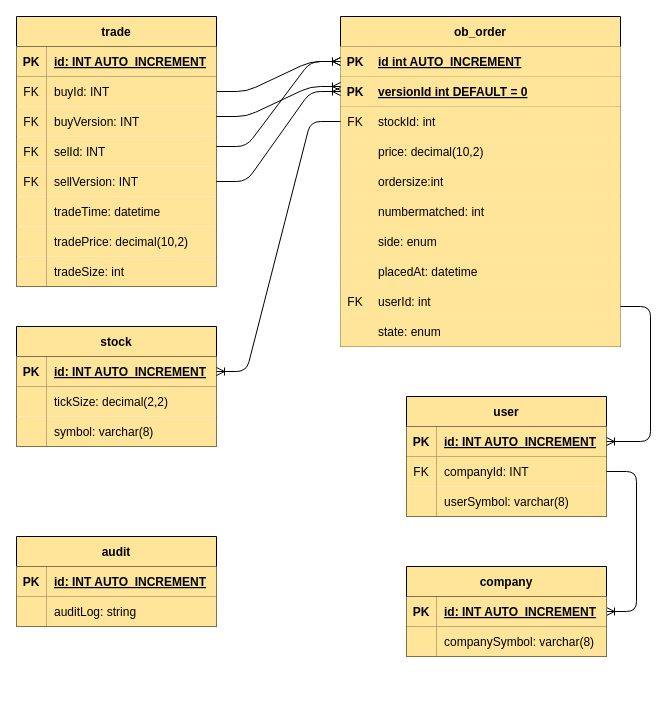
Earlier version of the draw.io diagram page "ERD" (2 of 2) of FlowChart and ERD-.drawio (utku-aydin/orderbook). Source tidied: cells renumbered, new cells numbered last; positions are measured from the earlier drawing's top-left corner, leaving out a move shared by most shapes. Both pictures are drawn from the tidied source at 100%, with x=0, y=0 at pixel (16, 16).
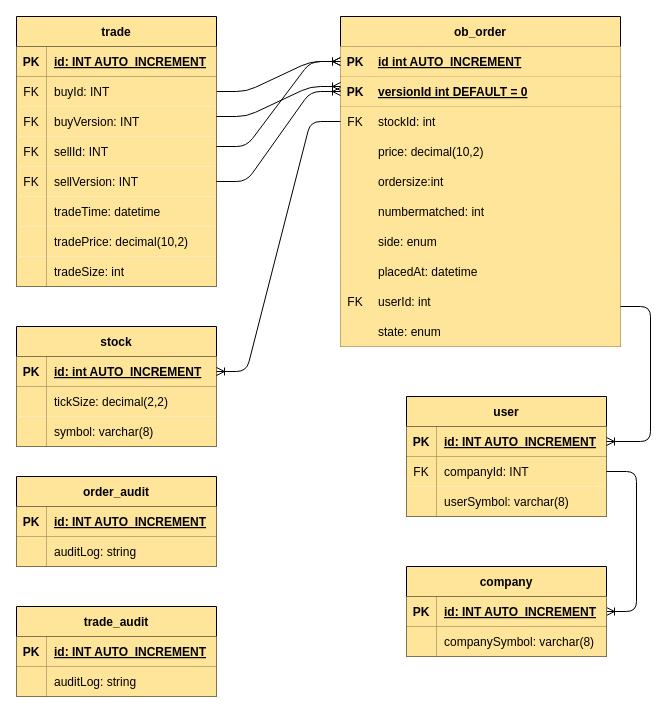
Above is the later version.

Unchanged cells that the change refers to:
```xml
<mxCell id="13" style="shape=partialRectangle;fillColor=none;top=0;left=0;bottom=0;right=0;strokeColor=#000000;" parent="3" vertex="1">
  <mxGeometry y="120" width="200" height="30" as="geometry" />
</mxCell>
<mxCell id="63" style="shape=partialRectangle;fillColor=none;top=0;left=0;bottom=1;right=0;points=[[0,0.5],[1,0.5]];portConstraint=eastwest;strokeColor=#000000;" parent="62" vertex="1">
  <mxGeometry y="30" width="200" height="30" as="geometry" />
</mxCell>
```

Diff of the diagram source:
```diff
@@
-    <mxCell id="15" value="selId: INT" style="shape=partialRectangle;fillColor=#FFE599;top=0;left=0;bottom=0;right=0;align=left;spacingLeft=6;fontStyle=0;overflow=hidden;strokeColor=#000000;" parent="13" vertex="1">
+    <mxCell id="15" value="sellId: INT" style="shape=partialRectangle;fillColor=#FFE599;top=0;left=0;bottom=0;right=0;align=left;spacingLeft=6;fontStyle=0;overflow=hidden;strokeColor=#000000;" parent="13" vertex="1">
       <mxGeometry x="30" width="170" height="30" as="geometry" />
     </mxCell>
@@
-    <mxCell id="65" value="id: INT AUTO_INCREMENT" style="shape=partialRectangle;fillColor=#FFE599;top=0;left=0;bottom=0;right=0;align=left;spacingLeft=6;fontStyle=5;overflow=hidden;strokeColor=#000000;" parent="63" vertex="1">
+    <mxCell id="65" value="id: int AUTO_INCREMENT" style="shape=partialRectangle;fillColor=#FFE599;top=0;left=0;bottom=0;right=0;align=left;spacingLeft=6;fontStyle=5;overflow=hidden;strokeColor=#000000;" parent="63" vertex="1">
       <mxGeometry x="30" width="170" height="30" as="geometry" />
     </mxCell>
@@
-    <mxCell id="92" value="audit" style="shape=table;startSize=30;childLayout=tableLayout;rowLines=0;fontStyle=1;align=center;fillColor=#FFE599;strokeColor=#000000;" parent="1" vertex="1">
-      <mxGeometry y="520" width="200" height="90" as="geometry" />
+    <mxCell id="92" value="order_audit" style="shape=table;startSize=30;childLayout=tableLayout;rowLines=0;fontStyle=1;align=center;fillColor=#FFE599;strokeColor=#000000;" parent="1" vertex="1">
+      <mxGeometry y="460" width="200" height="90" as="geometry" />
     </mxCell>
@@
+    <mxCell id="99" value="trade_audit" style="shape=table;startSize=30;childLayout=tableLayout;rowLines=0;fontStyle=1;align=center;fillColor=#FFE599;strokeColor=#000000;" parent="1" vertex="1">
+      <mxGeometry y="590" width="200" height="90" as="geometry" />
+    </mxCell>
+    <mxCell id="100" style="shape=partialRectangle;fillColor=none;top=0;left=0;bottom=1;right=0;strokeColor=#000000;" parent="99" vertex="1">
+      <mxGeometry y="30" width="200" height="30" as="geometry" />
+    </mxCell>
+    <mxCell id="101" value="PK" style="shape=partialRectangle;fillColor=#FFE599;top=0;left=0;bottom=0;right=0;fontStyle=1;overflow=hidden;strokeColor=#000000;" parent="100" vertex="1">
+      <mxGeometry width="30" height="30" as="geometry" />
+    </mxCell>
+    <mxCell id="102" value="id: INT AUTO_INCREMENT" style="shape=partialRectangle;fillColor=#FFE599;top=0;left=0;bottom=0;right=0;align=left;spacingLeft=6;fontStyle=5;overflow=hidden;strokeColor=#000000;" parent="100" vertex="1">
+      <mxGeometry x="30" width="170" height="30" as="geometry" />
+    </mxCell>
+    <mxCell id="103" style="shape=partialRectangle;fillColor=none;top=0;left=0;bottom=0;right=0;strokeColor=#000000;" parent="99" vertex="1">
+      <mxGeometry y="60" width="200" height="30" as="geometry" />
+    </mxCell>
+    <mxCell id="104" style="shape=partialRectangle;fillColor=#FFE599;top=0;left=0;bottom=0;right=0;overflow=hidden;strokeColor=#000000;" parent="103" vertex="1">
+      <mxGeometry width="30" height="30" as="geometry" />
+    </mxCell>
+    <mxCell id="105" value="auditLog: string" style="shape=partialRectangle;fillColor=#FFE599;top=0;left=0;bottom=0;right=0;align=left;spacingLeft=6;overflow=hidden;strokeColor=#000000;" parent="103" vertex="1">
+      <mxGeometry x="30" width="170" height="30" as="geometry" />
+    </mxCell>
```
